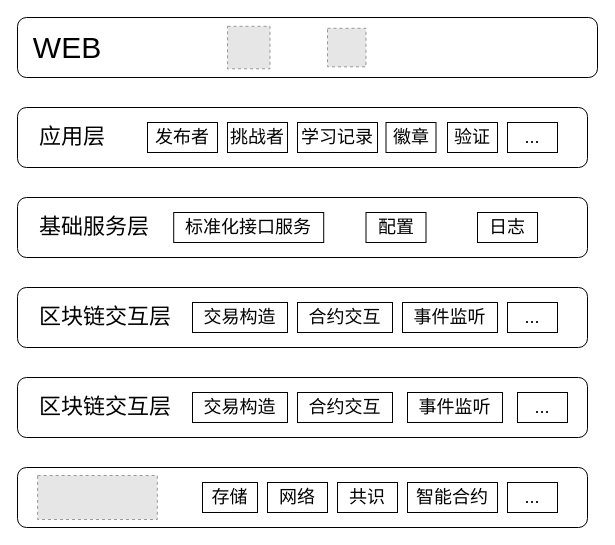
Before: solution.drawio in 449121927/449121927, a draw.io diagram. Source tidied: cells renumbered, new cells numbered last; positions are measured from the earlier drawing's top-left corner, leaving out a move shared by most shapes. Both pictures are drawn from the tidied source at 100%, with x=0, y=0 at pixel (17, 17). Pictures stored in the file or linked from it are replaced by grey dashed boxes.
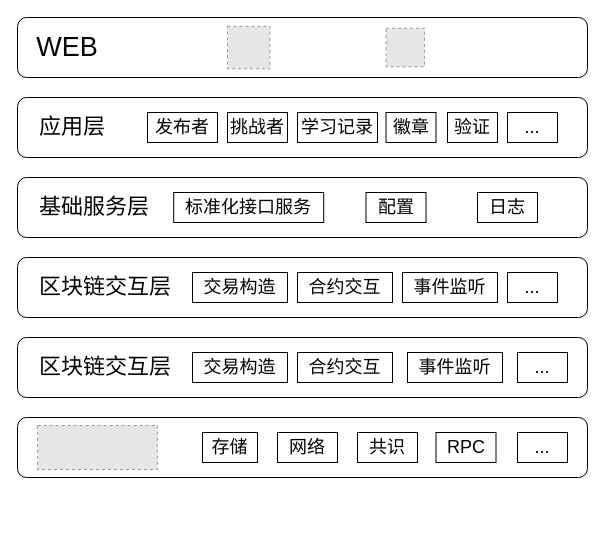
After the change.

Change to the diagram source:
```diff
@@
     <mxCell id="2" style="rounded=1;whiteSpace=wrap;html=1;" parent="1" vertex="1">
-      <mxGeometry width="580" height="60" as="geometry" />
+      <mxGeometry width="570" height="60" as="geometry" />
     </mxCell>
-    <mxCell id="3" value="WEB" style="text;html=1;strokeColor=none;fillColor=none;align=center;verticalAlign=middle;whiteSpace=wrap;rounded=0;fontSize=30;" parent="1" vertex="1">
-      <mxGeometry x="20" y="15" width="60" height="30" as="geometry" />
+    <mxCell id="3" value="WEB" style="text;html=1;strokeColor=none;fillColor=none;align=center;verticalAlign=middle;whiteSpace=wrap;rounded=0;fontSize=27;" parent="1" vertex="1">
+      <mxGeometry x="30" y="17.5" width="40" height="25" as="geometry" />
     </mxCell>
@@
     <mxCell id="5" style="fillColor=#E6E6E6;strokeColor=#999999;dashed=1;verticalLabelPosition=bottom;labelBackgroundColor=default;verticalAlign=top;" parent="1" vertex="1">
-      <mxGeometry x="310" y="10.8" width="38.5" height="38.5" as="geometry" />
+      <mxGeometry x="368.5" y="10.8" width="38.5" height="38.5" as="geometry" />
     </mxCell>
     <mxCell id="6" style="rounded=1;whiteSpace=wrap;html=1;" parent="1" vertex="1">
-      <mxGeometry y="90" width="570" height="60" as="geometry" />
+      <mxGeometry y="80" width="570" height="60" as="geometry" />
     </mxCell>
     <mxCell id="7" value="应用层" style="text;html=1;strokeColor=none;fillColor=none;align=left;verticalAlign=middle;whiteSpace=wrap;rounded=0;fontSize=22;" parent="1" vertex="1">
-      <mxGeometry x="20" y="105" width="100" height="30" as="geometry" />
+      <mxGeometry x="20" y="95" width="100" height="30" as="geometry" />
     </mxCell>
     <mxCell id="8" value="徽章" style="rounded=0;whiteSpace=wrap;html=1;fontSize=18;" parent="1" vertex="1">
-      <mxGeometry x="368.5" y="105" width="50" height="30" as="geometry" />
+      <mxGeometry x="368.5" y="95" width="50" height="30" as="geometry" />
     </mxCell>
     <mxCell id="9" value="学习记录" style="rounded=0;whiteSpace=wrap;html=1;fontSize=18;" parent="1" vertex="1">
-      <mxGeometry x="280" y="105" width="80" height="30" as="geometry" />
+      <mxGeometry x="280" y="95" width="80" height="30" as="geometry" />
     </mxCell>
     <mxCell id="10" value="发布者" style="rounded=0;whiteSpace=wrap;html=1;fontSize=18;" parent="1" vertex="1">
-      <mxGeometry x="130" y="105" width="70" height="30" as="geometry" />
+      <mxGeometry x="130" y="95" width="70" height="30" as="geometry" />
     </mxCell>
     <mxCell id="11" value="挑战者" style="rounded=0;whiteSpace=wrap;html=1;fontSize=18;" parent="1" vertex="1">
-      <mxGeometry x="210" y="105" width="60" height="30" as="geometry" />
+      <mxGeometry x="210" y="95" width="60" height="30" as="geometry" />
     </mxCell>
     <mxCell id="12" value="..." style="rounded=0;whiteSpace=wrap;html=1;fontSize=18;" parent="1" vertex="1">
-      <mxGeometry x="490" y="105" width="50" height="30" as="geometry" />
+      <mxGeometry x="490" y="95" width="50" height="30" as="geometry" />
     </mxCell>
     <mxCell id="13" value="验证" style="rounded=0;whiteSpace=wrap;html=1;fontSize=18;" parent="1" vertex="1">
-      <mxGeometry x="430" y="105" width="50" height="30" as="geometry" />
+      <mxGeometry x="430" y="95" width="50" height="30" as="geometry" />
     </mxCell>
     <mxCell id="14" style="rounded=1;whiteSpace=wrap;html=1;" parent="1" vertex="1">
-      <mxGeometry y="180" width="570" height="60" as="geometry" />
+      <mxGeometry y="160" width="570" height="60" as="geometry" />
     </mxCell>
     <mxCell id="15" value="基础服务层" style="text;html=1;strokeColor=none;fillColor=none;align=left;verticalAlign=middle;whiteSpace=wrap;rounded=0;fontSize=22;" parent="1" vertex="1">
-      <mxGeometry x="20" y="195" width="120" height="30" as="geometry" />
+      <mxGeometry x="20" y="175" width="120" height="30" as="geometry" />
     </mxCell>
     <mxCell id="16" value="日志" style="rounded=0;whiteSpace=wrap;html=1;fontSize=18;" parent="1" vertex="1">
-      <mxGeometry x="460" y="195" width="60" height="30" as="geometry" />
+      <mxGeometry x="460" y="175" width="60" height="30" as="geometry" />
     </mxCell>
     <mxCell id="17" value="配置" style="rounded=0;whiteSpace=wrap;html=1;fontSize=18;" parent="1" vertex="1">
-      <mxGeometry x="348.5" y="195" width="60" height="30" as="geometry" />
+      <mxGeometry x="348.5" y="175" width="60" height="30" as="geometry" />
     </mxCell>
     <mxCell id="18" value="标准化接口服务" style="rounded=0;whiteSpace=wrap;html=1;fontSize=18;" parent="1" vertex="1">
-      <mxGeometry x="156.2" y="195" width="150" height="30" as="geometry" />
+      <mxGeometry x="156.2" y="175" width="150" height="30" as="geometry" />
     </mxCell>
     <mxCell id="19" style="rounded=1;whiteSpace=wrap;html=1;" parent="1" vertex="1">
-      <mxGeometry y="270" width="570" height="60" as="geometry" />
+      <mxGeometry y="240" width="570" height="60" as="geometry" />
     </mxCell>
     <mxCell id="20" value="区块链交互层" style="text;html=1;strokeColor=none;fillColor=none;align=left;verticalAlign=middle;whiteSpace=wrap;rounded=0;fontSize=22;" parent="1" vertex="1">
-      <mxGeometry x="20" y="285" width="160" height="30" as="geometry" />
+      <mxGeometry x="20" y="255" width="160" height="30" as="geometry" />
     </mxCell>
     <mxCell id="21" value="交易构造" style="rounded=0;whiteSpace=wrap;html=1;fontSize=18;" parent="1" vertex="1">
-      <mxGeometry x="175" y="285" width="95" height="30" as="geometry" />
+      <mxGeometry x="175" y="255" width="95" height="30" as="geometry" />
     </mxCell>
     <mxCell id="22" value="合约交互" style="rounded=0;whiteSpace=wrap;html=1;fontSize=18;" parent="1" vertex="1">
-      <mxGeometry x="280" y="285" width="95" height="30" as="geometry" />
+      <mxGeometry x="280" y="255" width="95" height="30" as="geometry" />
     </mxCell>
     <mxCell id="23" value="事件监听" style="rounded=0;whiteSpace=wrap;html=1;fontSize=18;" parent="1" vertex="1">
-      <mxGeometry x="385" y="285" width="95" height="30" as="geometry" />
+      <mxGeometry x="385" y="255" width="95" height="30" as="geometry" />
     </mxCell>
     <mxCell id="24" value="..." style="rounded=0;whiteSpace=wrap;html=1;fontSize=18;" parent="1" vertex="1">
-      <mxGeometry x="490" y="285" width="50" height="30" as="geometry" />
+      <mxGeometry x="490" y="255" width="50" height="30" as="geometry" />
     </mxCell>
     <mxCell id="25" style="rounded=1;whiteSpace=wrap;html=1;" parent="1" vertex="1">
-      <mxGeometry y="360" width="570" height="60" as="geometry" />
+      <mxGeometry y="320" width="570" height="60" as="geometry" />
     </mxCell>
     <mxCell id="26" value="区块链交互层" style="text;html=1;strokeColor=none;fillColor=none;align=left;verticalAlign=middle;whiteSpace=wrap;rounded=0;fontSize=22;" parent="1" vertex="1">
-      <mxGeometry x="20" y="375" width="160" height="30" as="geometry" />
+      <mxGeometry x="20" y="335" width="160" height="30" as="geometry" />
     </mxCell>
     <mxCell id="27" value="交易构造" style="rounded=0;whiteSpace=wrap;html=1;fontSize=18;" parent="1" vertex="1">
-      <mxGeometry x="175" y="375" width="95" height="30" as="geometry" />
+      <mxGeometry x="175" y="335" width="95" height="30" as="geometry" />
     </mxCell>
     <mxCell id="28" value="合约交互" style="rounded=0;whiteSpace=wrap;html=1;fontSize=18;" parent="1" vertex="1">
-      <mxGeometry x="280" y="375" width="95" height="30" as="geometry" />
+      <mxGeometry x="280" y="335" width="95" height="30" as="geometry" />
     </mxCell>
     <mxCell id="29" value="事件监听" style="rounded=0;whiteSpace=wrap;html=1;fontSize=18;" parent="1" vertex="1">
-      <mxGeometry x="390" y="375" width="95" height="30" as="geometry" />
+      <mxGeometry x="390" y="335" width="95" height="30" as="geometry" />
     </mxCell>
     <mxCell id="30" value="..." style="rounded=0;whiteSpace=wrap;html=1;fontSize=18;" parent="1" vertex="1">
-      <mxGeometry x="500" y="375" width="50" height="30" as="geometry" />
+      <mxGeometry x="500" y="335" width="50" height="30" as="geometry" />
     </mxCell>
     <mxCell id="31" style="rounded=1;whiteSpace=wrap;html=1;" parent="1" vertex="1">
-      <mxGeometry y="450" width="570" height="60" as="geometry" />
+      <mxGeometry y="400" width="570" height="60" as="geometry" />
     </mxCell>
     <mxCell id="32" value="存储" style="rounded=0;whiteSpace=wrap;html=1;fontSize=18;" parent="1" vertex="1">
-      <mxGeometry x="185" y="465" width="55" height="30" as="geometry" />
+      <mxGeometry x="185" y="415" width="55" height="30" as="geometry" />
     </mxCell>
     <mxCell id="33" value="网络" style="rounded=0;whiteSpace=wrap;html=1;fontSize=18;" parent="1" vertex="1">
-      <mxGeometry x="250" y="465" width="60" height="30" as="geometry" />
+      <mxGeometry x="260" y="415" width="60" height="30" as="geometry" />
     </mxCell>
     <mxCell id="34" value="共识" style="rounded=0;whiteSpace=wrap;html=1;fontSize=18;" parent="1" vertex="1">
-      <mxGeometry x="320" y="465" width="60" height="30" as="geometry" />
+      <mxGeometry x="340" y="415" width="60" height="30" as="geometry" />
     </mxCell>
-    <mxCell id="35" value="智能合约" style="rounded=0;whiteSpace=wrap;html=1;fontSize=18;" parent="1" vertex="1">
-      <mxGeometry x="390" y="465" width="90" height="30" as="geometry" />
+    <mxCell id="35" value="RPC" style="rounded=0;whiteSpace=wrap;html=1;fontSize=18;" parent="1" vertex="1">
+      <mxGeometry x="418.5" y="415" width="60" height="30" as="geometry" />
     </mxCell>
     <mxCell id="36" style="fillColor=#E6E6E6;strokeColor=#999999;dashed=1;verticalLabelPosition=bottom;labelBackgroundColor=default;verticalAlign=top;" parent="1" vertex="1">
-      <mxGeometry x="20.1" y="458" width="119.7" height="44" as="geometry" />
+      <mxGeometry x="20.1" y="408" width="119.7" height="44" as="geometry" />
     </mxCell>
     <mxCell id="37" value="..." style="rounded=0;whiteSpace=wrap;html=1;fontSize=18;" parent="1" vertex="1">
-      <mxGeometry x="490" y="465" width="50" height="30" as="geometry" />
+      <mxGeometry x="500" y="415" width="50" height="30" as="geometry" />
     </mxCell>
```
